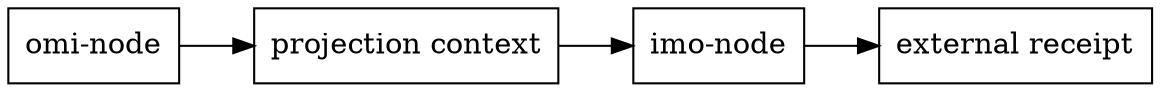
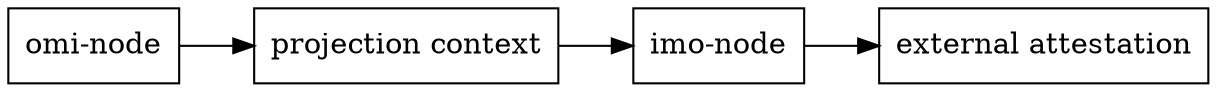
digraph omi_portal_dom {
  graph [rankdir=LR];
  node [shape=box];
  omi [label="omi-node"];
  content [label="projection context"];
  imo [label="imo-node"];
-   receipt [label="external receipt"];
+   attestation [label="external attestation"];
  omi -> content;
  content -> imo;
-   imo -> receipt;
+   imo -> attestation;
}
